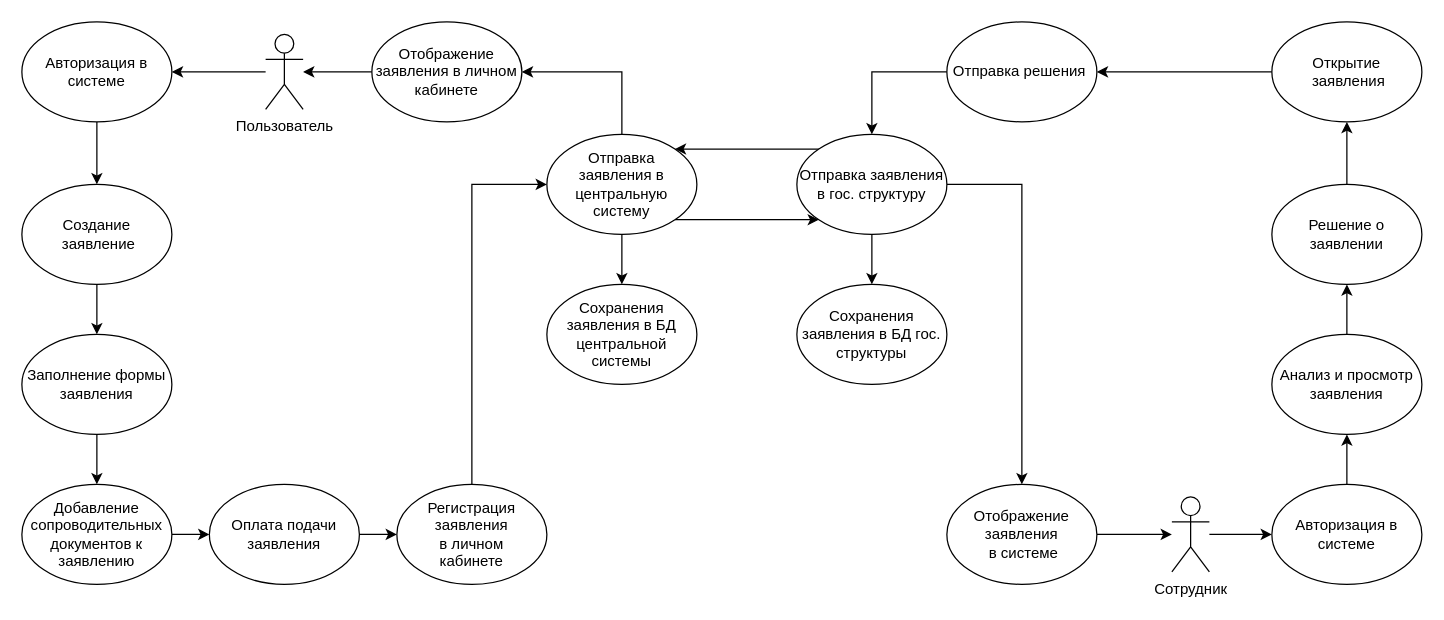
Paremir/Asp.Net-2 keeps this draw.io diagram as Диаграмма без названия.drawio. Above is the earlier version. Source tidied: cells renumbered, new cells numbered last; positions are measured from the earlier drawing's top-left corner, leaving out a move shared by most shapes. Both pictures are drawn from the tidied source at 125%, with x=0, y=0 at pixel (21, 21).
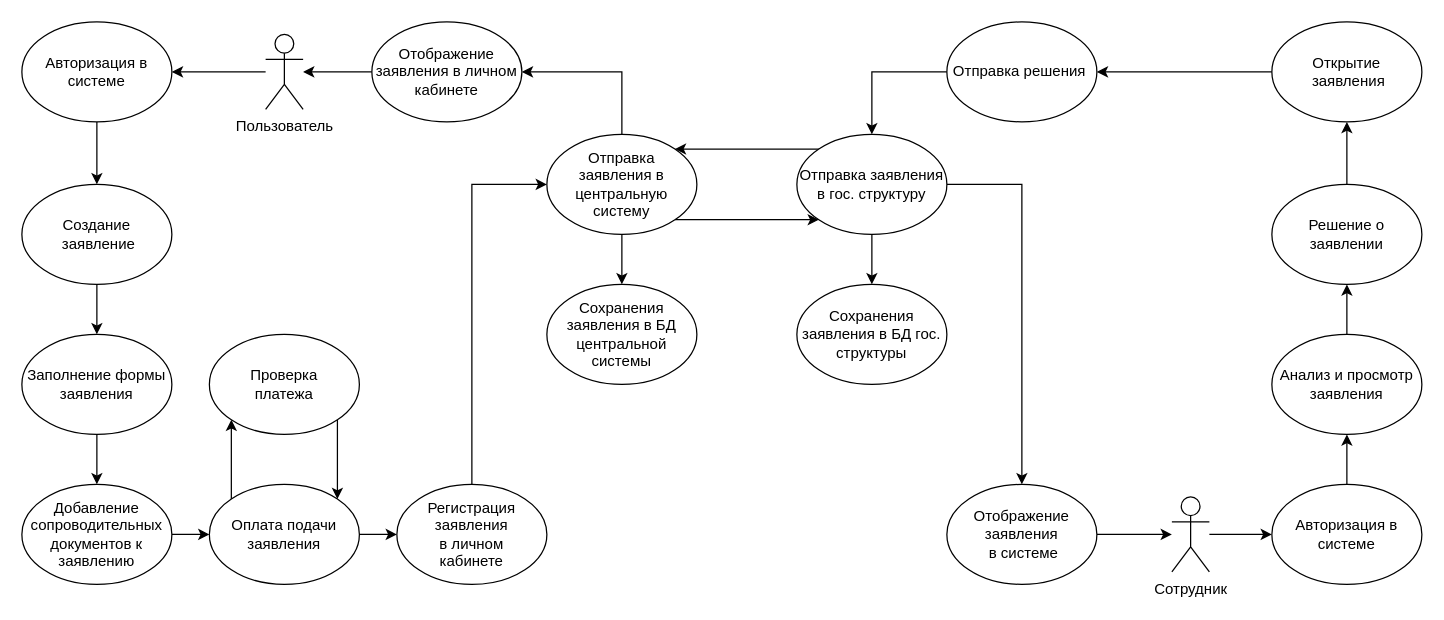
Above is the later version.

Unchanged cells that the change refers to:
```xml
<mxCell id="19" value="Оплата подачи заявления" style="ellipse;whiteSpace=wrap;html=1;" parent="1" vertex="1">
  <mxGeometry x="150" y="370" width="120" height="80" as="geometry" />
</mxCell>
```

The edit, as a diff of the source:
```diff
@@
+    <mxCell id="42" style="edgeStyle=orthogonalEdgeStyle;rounded=0;jettySize=auto;html=1;exitX=0;exitY=0;exitDx=0;exitDy=0;entryX=0;entryY=1;entryDx=0;entryDy=0;" parent="1" edge="1" source="19" target="44">
+      <mxGeometry relative="1" as="geometry" />
+    </mxCell>
@@
+    <mxCell id="43" style="edgeStyle=orthogonalEdgeStyle;rounded=0;jettySize=auto;html=1;exitX=1;exitY=1;exitDx=0;exitDy=0;entryX=1;entryY=0;entryDx=0;entryDy=0;" parent="1" edge="1" source="44" target="19">
+      <mxGeometry relative="1" as="geometry" />
+    </mxCell>
+    <mxCell id="44" value="Проверка &lt;br&gt;платежа" style="ellipse;whiteSpace=wrap;html=1;fillColor=default;strokeColor=default;" parent="1" vertex="1">
+      <mxGeometry x="150" y="250" width="120" height="80" as="geometry" />
+    </mxCell>
```
